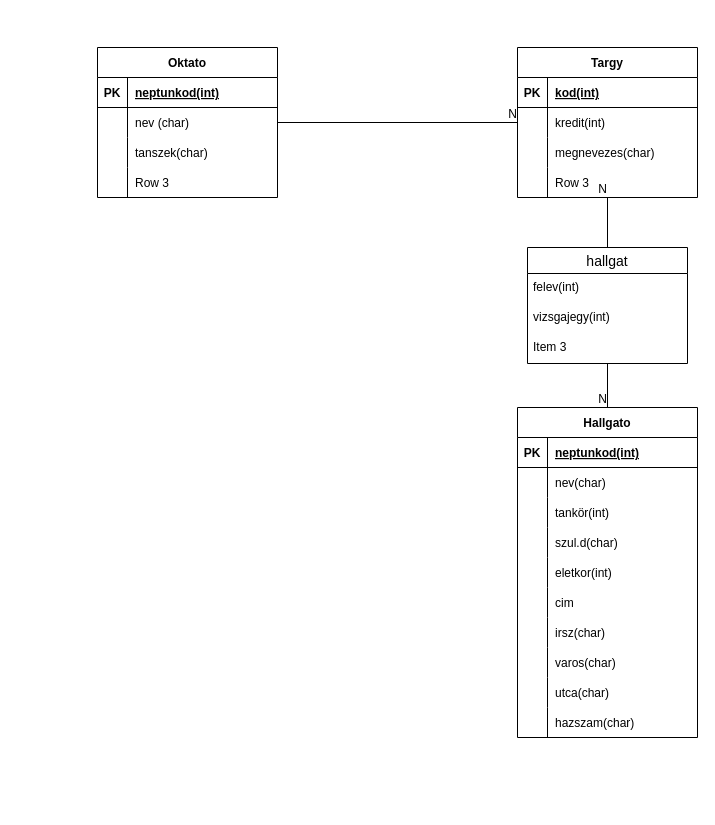
Earlier version of the draw.io diagram HEPMIU_1108/Untitled Diagram.drawio (urbanoliver/HEPMIU_DB1Gyak). Source tidied: cells renumbered, new cells numbered last; positions are measured from the earlier drawing's top-left corner, leaving out a move shared by most shapes. Both pictures are drawn from the tidied source at 100%, with x=0, y=0 at pixel (97, 47).
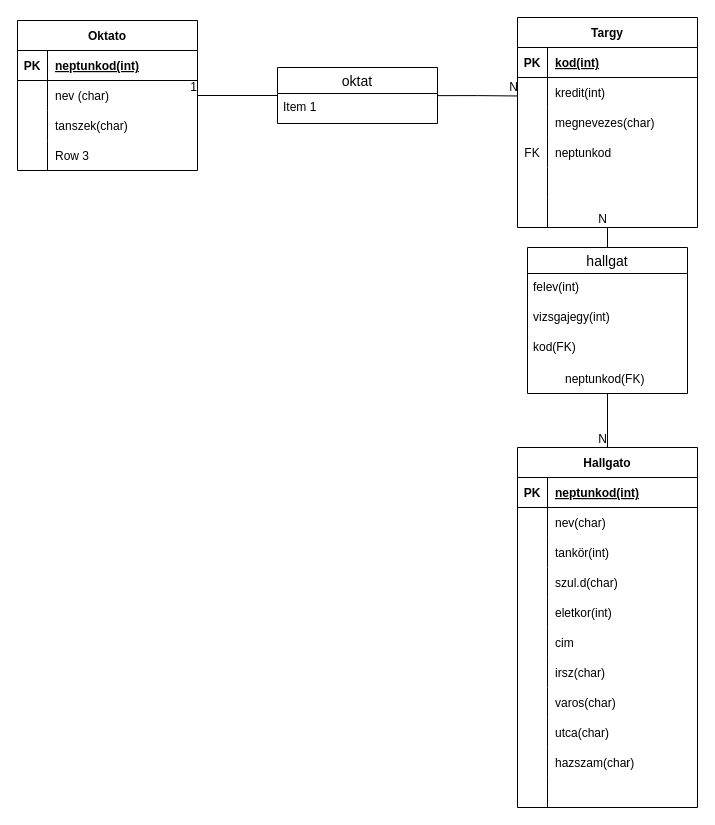
After the change.

The change refers to these unchanged cells:
```xml
<mxCell id="6" style="shape=tableRow;horizontal=0;startSize=0;swimlaneHead=0;swimlaneBody=0;fillColor=none;points=[[0,0.5],[1,0.5]];portConstraint=eastwest;top=0;left=0;right=0;bottom=0;" parent="2" vertex="1">
  <mxGeometry y="60" width="180" height="30" as="geometry" />
</mxCell>
<mxCell id="19" style="shape=tableRow;horizontal=0;startSize=0;swimlaneHead=0;swimlaneBody=0;fillColor=none;points=[[0,0.5],[1,0.5]];portConstraint=eastwest;top=0;left=0;right=0;bottom=0;" parent="15" vertex="1">
  <mxGeometry y="60" width="180" height="30" as="geometry" />
</mxCell>
```

The edit, as a diff of the source:
```diff
@@
     <mxCell id="2" value="Oktato" style="shape=table;startSize=30;childLayout=tableLayout;rowLines=0;fontStyle=1;align=center;" parent="1" vertex="1">
-      <mxGeometry width="180" height="150" as="geometry" />
+      <mxGeometry x="-80" y="-27" width="180" height="150" as="geometry" />
     </mxCell>
@@
     <mxCell id="15" value="Targy" style="shape=table;startSize=30;childLayout=tableLayout;rowLines=0;fontStyle=1;align=center;" parent="1" vertex="1">
-      <mxGeometry x="420" width="180" height="150" as="geometry" />
+      <mxGeometry x="420" y="-30" width="180" height="210" as="geometry" />
     </mxCell>
@@
+    <mxCell id="69" style="shape=tableRow;horizontal=0;startSize=0;swimlaneHead=0;swimlaneBody=0;fillColor=none;top=0;left=0;right=0;bottom=0;" parent="15" vertex="1">
+      <mxGeometry y="120" width="180" height="30" as="geometry" />
+    </mxCell>
+    <mxCell id="70" value="FK" style="shape=partialRectangle;fillColor=none;top=0;left=0;bottom=0;right=0;fontStyle=0;overflow=hidden;" parent="69" vertex="1">
+      <mxGeometry width="30" height="30" as="geometry" />
+    </mxCell>
+    <mxCell id="71" value="neptunkod" style="shape=partialRectangle;fillColor=none;top=0;left=0;bottom=0;right=0;align=left;spacingLeft=6;fontStyle=0;overflow=hidden;" parent="69" vertex="1">
+      <mxGeometry x="30" width="150" height="30" as="geometry" />
+    </mxCell>
+    <mxCell id="72" style="shape=tableRow;horizontal=0;startSize=0;swimlaneHead=0;swimlaneBody=0;fillColor=none;top=0;left=0;right=0;bottom=0;" parent="15" vertex="1">
+      <mxGeometry y="150" width="180" height="30" as="geometry" />
+    </mxCell>
+    <mxCell id="73" style="shape=partialRectangle;fillColor=none;top=0;left=0;bottom=0;right=0;fontStyle=0;overflow=hidden;" parent="72" vertex="1">
+      <mxGeometry width="30" height="30" as="geometry" />
+    </mxCell>
+    <mxCell id="74" style="shape=partialRectangle;fillColor=none;top=0;left=0;bottom=0;right=0;align=left;spacingLeft=6;fontStyle=0;overflow=hidden;" parent="72" vertex="1">
+      <mxGeometry x="30" width="150" height="30" as="geometry" />
+    </mxCell>
     <mxCell id="25" style="shape=tableRow;horizontal=0;startSize=0;swimlaneHead=0;swimlaneBody=0;fillColor=none;top=0;left=0;right=0;bottom=0;" parent="15" vertex="1">
-      <mxGeometry y="120" width="180" height="30" as="geometry" />
+      <mxGeometry y="180" width="180" height="30" as="geometry" />
     </mxCell>
@@
-    <mxCell id="27" value="Row 3" style="shape=partialRectangle;fillColor=none;top=0;left=0;bottom=0;right=0;align=left;spacingLeft=6;overflow=hidden;" parent="25" vertex="1">
+    <mxCell id="27" style="shape=partialRectangle;fillColor=none;top=0;left=0;bottom=0;right=0;align=left;spacingLeft=6;overflow=hidden;" parent="25" vertex="1">
       <mxGeometry x="30" width="150" height="30" as="geometry" />
     </mxCell>
-    <mxCell id="28" style="endArrow=none;html=1;rounded=0;exitX=1;exitY=0.5;exitDx=0;exitDy=0;entryX=0;entryY=0.5;entryDx=0;entryDy=0;edgeStyle=orthogonalEdgeStyle;" parent="1" edge="1" source="6" target="19">
+    <mxCell id="28" style="endArrow=none;html=1;rounded=0;edgeStyle=orthogonalEdgeStyle;exitX=1.001;exitY=0.071;exitDx=0;exitDy=0;exitPerimeter=0;entryX=0.003;entryY=0.616;entryDx=0;entryDy=0;entryPerimeter=0;" parent="1" edge="1" source="83" target="19">
       <mxGeometry relative="1" as="geometry" />
     </mxCell>
@@
     <mxCell id="30" value="hallgat" style="swimlane;fontStyle=0;horizontal=1;startSize=26;align=center;fontSize=14;" parent="1" vertex="1">
-      <mxGeometry x="430" y="200" width="160" height="116" as="geometry" />
+      <mxGeometry x="430" y="200" width="160" height="146" as="geometry" />
     </mxCell>
@@
-    <mxCell id="33" value="Item 3" style="text;strokeColor=none;fillColor=none;spacingLeft=4;spacingRight=4;overflow=hidden;fontSize=12;" parent="30" vertex="1">
+    <mxCell id="33" value="kod(FK)" style="text;strokeColor=none;fillColor=none;spacingLeft=4;spacingRight=4;overflow=hidden;fontSize=12;" parent="30" vertex="1">
       <mxGeometry y="86" width="160" height="30" as="geometry" />
     </mxCell>
+    <mxCell id="75" style="shape=table;startSize=0;childLayout=tableLayout;rowLines=0;fontStyle=0;align=center;strokeColor=none;fillColor=none;" parent="30" vertex="1">
+      <mxGeometry y="116" width="160" height="30" as="geometry" />
+    </mxCell>
+    <mxCell id="76" style="shape=tableRow;horizontal=0;startSize=0;swimlaneHead=0;swimlaneBody=0;fillColor=none;top=0;left=0;right=0;bottom=0;" parent="75" vertex="1">
+      <mxGeometry width="160" height="30" as="geometry" />
+    </mxCell>
+    <mxCell id="77" style="shape=partialRectangle;fillColor=none;top=0;left=0;bottom=0;right=0;overflow=hidden;" parent="76" vertex="1">
+      <mxGeometry width="30" height="30" as="geometry" />
+    </mxCell>
+    <mxCell id="78" value="neptunkod(FK)" style="shape=partialRectangle;fillColor=none;top=0;left=0;bottom=0;right=0;align=left;spacingLeft=6;overflow=hidden;" parent="76" vertex="1">
+      <mxGeometry x="30" width="130" height="30" as="geometry" />
+    </mxCell>
@@
     <mxCell id="38" value="Hallgato" style="shape=table;startSize=30;childLayout=tableLayout;rowLines=0;fontStyle=1;align=center;" parent="1" vertex="1">
-      <mxGeometry x="420" y="360" width="180" height="330" as="geometry" />
+      <mxGeometry x="420" y="400" width="180" height="360" as="geometry" />
     </mxCell>
@@
+    <mxCell id="79" style="shape=tableRow;horizontal=0;startSize=0;swimlaneHead=0;swimlaneBody=0;fillColor=none;top=0;left=0;right=0;bottom=0;" parent="38" vertex="1">
+      <mxGeometry y="330" width="180" height="30" as="geometry" />
+    </mxCell>
+    <mxCell id="80" style="shape=partialRectangle;fillColor=none;top=0;left=0;bottom=0;right=0;fontStyle=0;overflow=hidden;" parent="79" vertex="1">
+      <mxGeometry width="30" height="30" as="geometry" />
+    </mxCell>
+    <mxCell id="81" style="shape=partialRectangle;fillColor=none;top=0;left=0;bottom=0;right=0;align=left;spacingLeft=6;fontStyle=0;overflow=hidden;" parent="79" vertex="1">
+      <mxGeometry x="30" width="150" height="30" as="geometry" />
+    </mxCell>
+    <mxCell id="82" value="oktat" style="swimlane;fontStyle=0;horizontal=1;startSize=26;align=center;fontSize=14;" parent="1" vertex="1">
+      <mxGeometry x="180" y="20" width="160" height="56" as="geometry" />
+    </mxCell>
+    <mxCell id="83" value="Item 1" style="text;strokeColor=none;fillColor=none;spacingLeft=4;spacingRight=4;overflow=hidden;points=[[0,0.5],[1,0.5]];portConstraint=eastwest;fontSize=12;" parent="82" vertex="1">
+      <mxGeometry y="26" width="160" height="30" as="geometry" />
+    </mxCell>
+    <mxCell id="84" style="endArrow=none;html=1;rounded=0;exitX=0;exitY=0.5;exitDx=0;exitDy=0;entryX=1;entryY=0.5;entryDx=0;entryDy=0;" parent="1" edge="1" source="82" target="6">
+      <mxGeometry relative="1" as="geometry" />
+    </mxCell>
+    <mxCell id="85" value="1" style="html=1;align=right;verticalAlign=bottom;" parent="84" vertex="1">
+      <mxGeometry x="1" relative="1" as="geometry" />
+    </mxCell>
```
